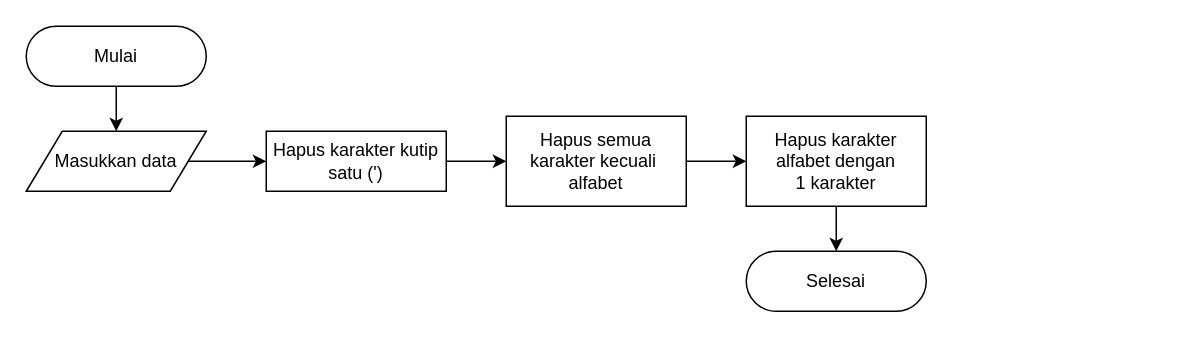
This is page "Cleaning" (3 of 9) of Untitled Diagram.drawio from mksyfla/analysis-sentiment-using-svm, a draw.io file, before an edit. Source tidied: cells renumbered, new cells numbered last; positions are measured from the earlier drawing's top-left corner, leaving out a move shared by most shapes. Both pictures are drawn from the tidied source at 150%, with x=0, y=0 at pixel (26, 26).
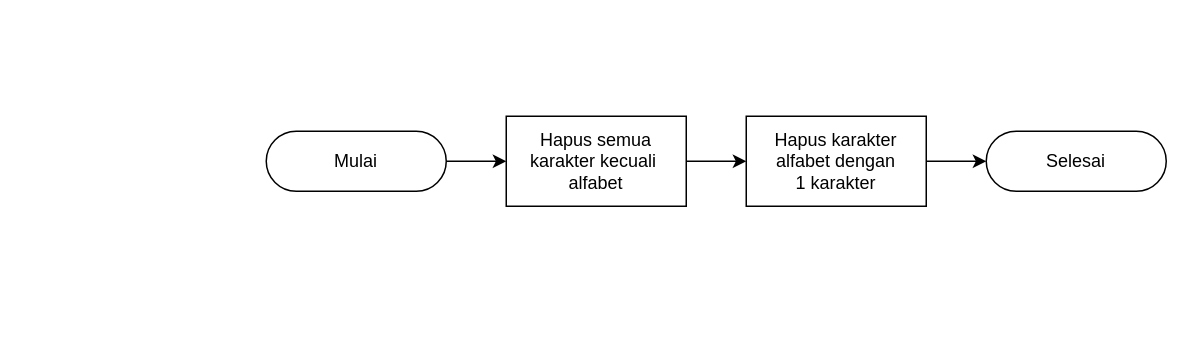
Above is the later version.

The edit, as a diff of the source:
```diff
@@
 <mxGraphModel>
   <root>
     <mxCell id="0" />
     <mxCell id="1" parent="0" />
-    <mxCell id="2" style="edgeStyle=orthogonalEdgeStyle;rounded=0;jettySize=auto;html=1;" parent="1" edge="1" source="3" target="8">
-      <mxGeometry relative="1" as="geometry" />
-    </mxCell>
+    <mxCell id="13" style="edgeStyle=orthogonalEdgeStyle;rounded=0;jettySize=auto;html=1;" parent="1" edge="1" source="3" target="10">
+      <mxGeometry relative="1" as="geometry" />
+    </mxCell>
     <mxCell id="3" value="Mulai" style="html=1;dashed=0;whiteSpace=wrap;shape=mxgraph.dfd.start;" parent="1" vertex="1">
-      <mxGeometry width="120" height="40" as="geometry" />
+      <mxGeometry x="160" y="70" width="120" height="40" as="geometry" />
     </mxCell>
     <mxCell id="4" value="Selesai" style="html=1;dashed=0;whiteSpace=wrap;shape=mxgraph.dfd.start;" parent="1" vertex="1">
-      <mxGeometry x="480" y="150" width="120" height="40" as="geometry" />
+      <mxGeometry x="640" y="70" width="120" height="40" as="geometry" />
     </mxCell>
-    <mxCell id="5" style="edgeStyle=orthogonalEdgeStyle;rounded=0;jettySize=auto;html=1;" parent="1" edge="1" source="6" target="10">
-      <mxGeometry relative="1" as="geometry" />
-    </mxCell>
-    <mxCell id="6" value="Hapus karakter kutip satu (')" style="html=1;dashed=0;whiteSpace=wrap;" parent="1" vertex="1">
-      <mxGeometry x="160" y="70" width="120" height="40" as="geometry" />
-    </mxCell>
-    <mxCell id="7" style="edgeStyle=orthogonalEdgeStyle;rounded=0;jettySize=auto;html=1;" parent="1" edge="1" source="8" target="6">
-      <mxGeometry relative="1" as="geometry" />
-    </mxCell>
-    <mxCell id="8" value="Masukkan data" style="shape=parallelogram;perimeter=parallelogramPerimeter;whiteSpace=wrap;html=1;dashed=0;" parent="1" vertex="1">
-      <mxGeometry y="70" width="120" height="40" as="geometry" />
-    </mxCell>
     <mxCell id="9" style="edgeStyle=orthogonalEdgeStyle;rounded=0;jettySize=auto;html=1;" parent="1" edge="1" source="10" target="12">
       <mxGeometry relative="1" as="geometry" />
     </mxCell>
     <mxCell id="10" value="&lt;div&gt;Hapus semua karakter&amp;nbsp;kecuali&amp;nbsp;&lt;/div&gt;&lt;div&gt;alfabet&lt;/div&gt;" style="html=1;dashed=0;whiteSpace=wrap;" parent="1" vertex="1">
       <mxGeometry x="320" y="60" width="120" height="60" as="geometry" />
     </mxCell>
     <mxCell id="11" style="edgeStyle=orthogonalEdgeStyle;rounded=0;jettySize=auto;html=1;" parent="1" edge="1" source="12" target="4">
       <mxGeometry relative="1" as="geometry" />
     </mxCell>
     <mxCell id="12" value="&lt;div&gt;Hapus karakter alfabet&amp;nbsp;dengan&lt;/div&gt;&lt;div&gt;1 karakter&lt;/div&gt;" style="html=1;dashed=0;whiteSpace=wrap;" parent="1" vertex="1">
       <mxGeometry x="480" y="60" width="120" height="60" as="geometry" />
     </mxCell>
   </root>
 </mxGraphModel>
```
